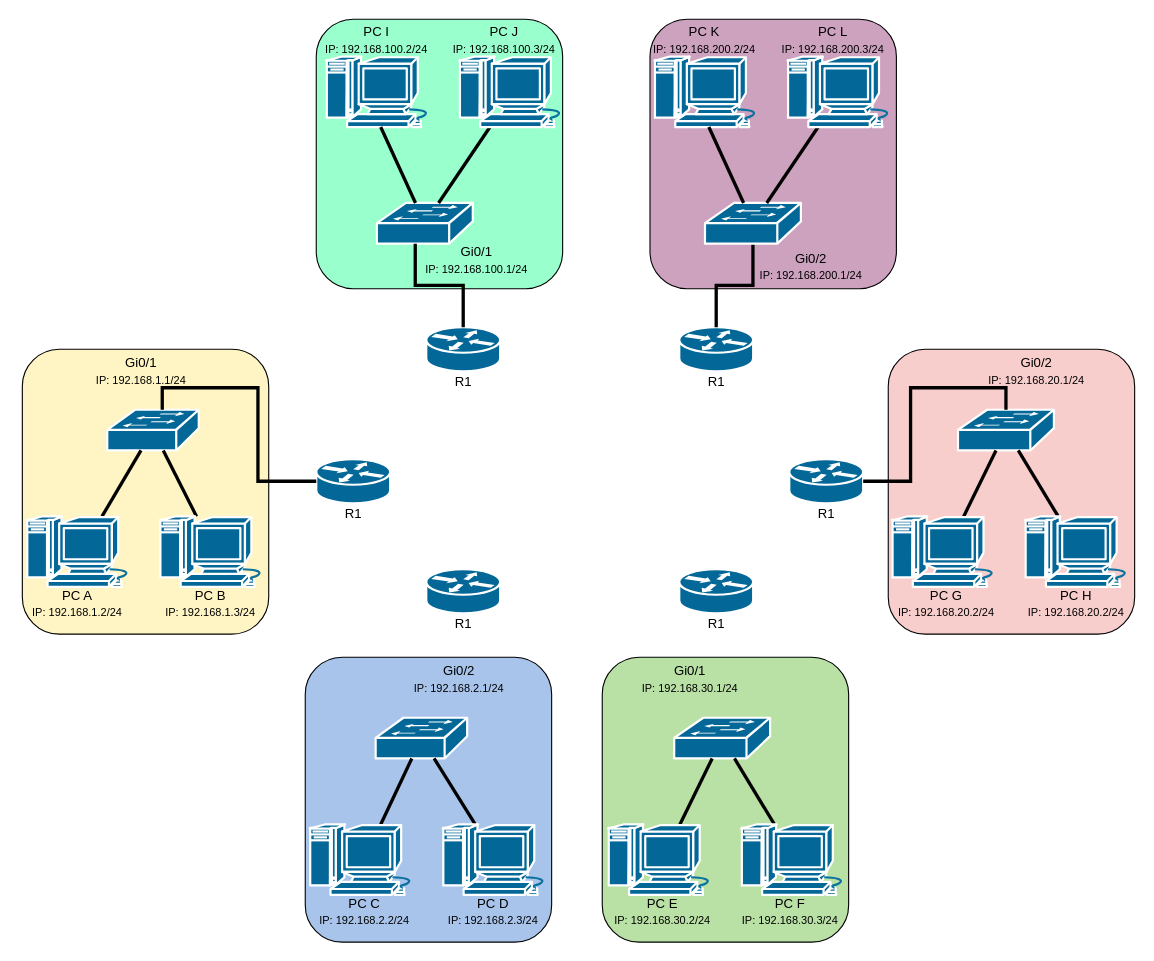
The draw.io diagram Ubung statische routing.drawio in PLAD26/-MAC-Tabellen-und-Switching-, before the edit. Source tidied: cells renumbered, new cells numbered last; positions are measured from the earlier drawing's top-left corner, leaving out a move shared by most shapes. Both pictures are drawn from the tidied source at 110%, with x=0, y=0 at pixel (19, 19).
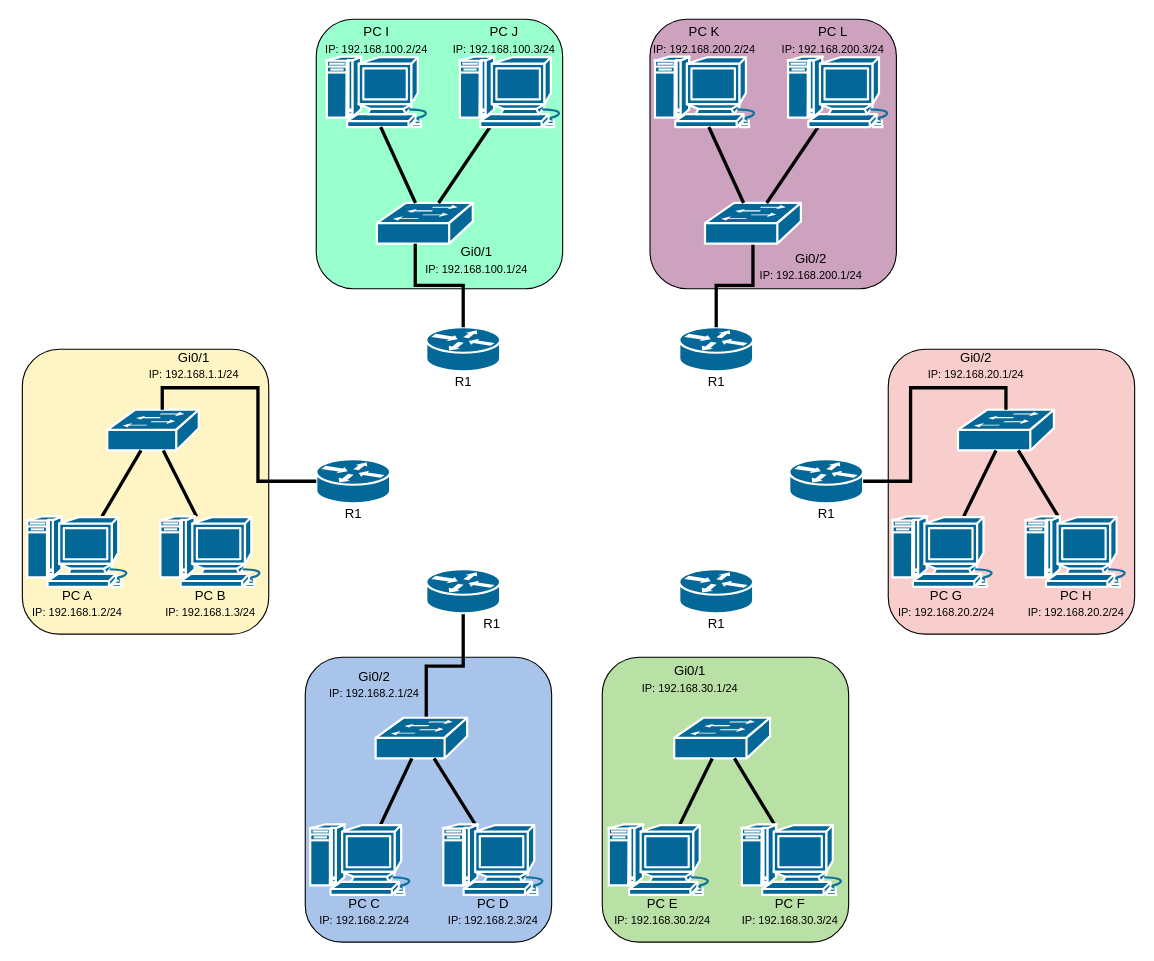
The same diagram, later.

Diff of the diagram source:
```diff
@@
-    <mxCell id="13" style="group;" parent="1" vertex="1">
-      <mxGeometry x="370" y="500" width="67.2" height="65" as="geometry" />
-    </mxCell>
-    <mxCell id="14" style="strokeColor=#ffffff;sketch=0;html=1;dashed=0;fillColor=#036897;strokeWidth=2;verticalLabelPosition=bottom;verticalAlign=top;align=center;outlineConnect=0;shape=mxgraph.cisco.routers.router;" parent="13" vertex="1">
-      <mxGeometry width="67.2" height="40" as="geometry" />
-    </mxCell>
-    <mxCell id="15" value="R1" style="text;html=1;whiteSpace=wrap;strokeColor=none;fillColor=none;align=center;verticalAlign=middle;rounded=0;" parent="13" vertex="1">
-      <mxGeometry x="3.6" y="35" width="60" height="30" as="geometry" />
-    </mxCell>
@@
     <mxCell id="58" value="Gi0/1&lt;br&gt;&lt;div&gt;&lt;font style=&quot;font-size: 10px;&quot;&gt;IP: 192.168.1.1/24&lt;/font&gt;&lt;/div&gt;" style="text;html=1;whiteSpace=wrap;strokeColor=none;fillColor=none;align=center;verticalAlign=middle;rounded=0;" parent="1" vertex="1">
-      <mxGeometry x="57.5" y="305" width="105.8" height="30" as="geometry" />
+      <mxGeometry x="105.8" y="300" width="105.8" height="30" as="geometry" />
     </mxCell>
@@
+    <mxCell id="80" style="edgeStyle=orthogonalEdgeStyle;rounded=0;jettySize=auto;html=1;endArrow=none;endFill=0;strokeWidth=3;" parent="1" edge="1" target="14">
+      <mxGeometry relative="1" as="geometry">
+        <mxPoint x="370" y="630" as="sourcePoint" />
+        <Array as="points">
+          <mxPoint x="370" y="635" />
+          <mxPoint x="370" y="588" />
+          <mxPoint x="404" y="588" />
+        </Array>
+      </mxGeometry>
+    </mxCell>
@@
     <mxCell id="67" value="Gi0/2&lt;br&gt;&lt;div&gt;&lt;font style=&quot;font-size: 10px;&quot;&gt;IP: 192.168.2.1/24&lt;/font&gt;&lt;/div&gt;" style="text;html=1;whiteSpace=wrap;strokeColor=none;fillColor=none;align=center;verticalAlign=middle;rounded=0;" parent="1" vertex="1">
-      <mxGeometry x="346.9" y="585" width="105.8" height="30" as="geometry" />
+      <mxGeometry x="270" y="590" width="105.8" height="30" as="geometry" />
     </mxCell>
@@
     <mxCell id="76" value="Gi0/2&lt;br&gt;&lt;div&gt;&lt;font style=&quot;font-size: 10px;&quot;&gt;IP: 192.168.20.1/24&lt;/font&gt;&lt;/div&gt;" style="text;html=1;whiteSpace=wrap;strokeColor=none;fillColor=none;align=center;verticalAlign=middle;rounded=0;" parent="1" vertex="1">
-      <mxGeometry x="872" y="305" width="105.8" height="30" as="geometry" />
+      <mxGeometry x="816.8" y="300" width="105.8" height="30" as="geometry" />
     </mxCell>
@@
+    <mxCell id="14" style="strokeColor=#ffffff;sketch=0;html=1;dashed=0;fillColor=#036897;strokeWidth=2;verticalLabelPosition=bottom;verticalAlign=top;align=center;outlineConnect=0;shape=mxgraph.cisco.routers.router;" parent="1" vertex="1">
+      <mxGeometry x="370" y="500" width="67.2" height="40" as="geometry" />
+    </mxCell>
+    <mxCell id="15" value="R1" style="text;html=1;whiteSpace=wrap;strokeColor=none;fillColor=none;align=center;verticalAlign=middle;rounded=0;" parent="1" vertex="1">
+      <mxGeometry x="400.1" y="535" width="60" height="30" as="geometry" />
+    </mxCell>
```
